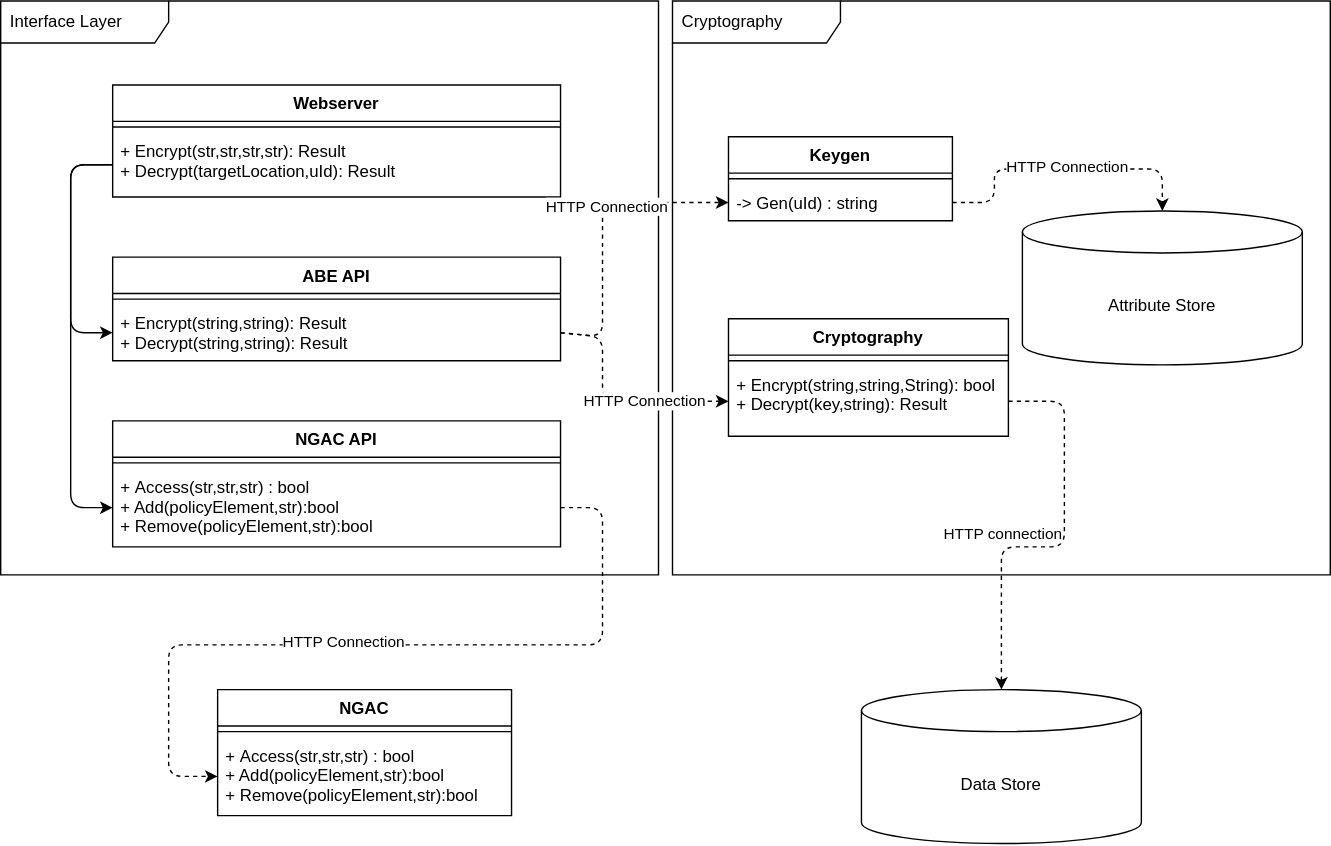
The draw.io diagram docs/design/system/system_design.drawio.svg in ivajon/NGAC_ABE, before a commit. Source tidied: cells renumbered, new cells last; positions are measured from the earlier drawing's top-left corner, leaving out a move shared by most shapes.
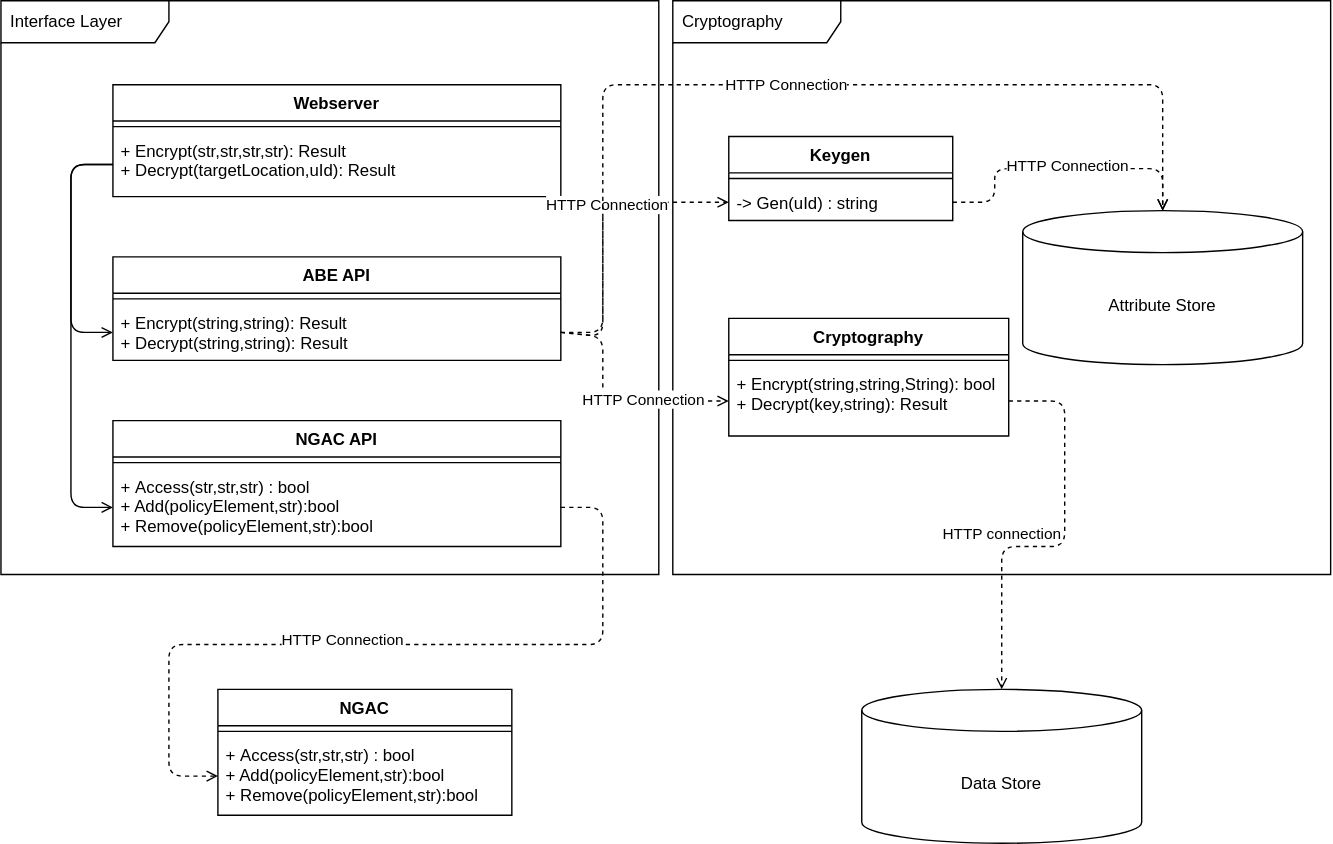
After the commit.

The edit, as a diff of the source:
```diff
@@ -68,7 +68,7 @@
     <mxCell id="23" value="+ Access(str,str,str) : bool&#10;+ Add(policyElement,str):bool&#10;+ Remove(policyElement,str):bool&#10;" style="text;strokeColor=none;fillColor=none;align=left;verticalAlign=top;spacingLeft=4;spacingRight=4;overflow=hidden;points=[[0,0.5],[1,0.5]];portConstraint=eastwest;" parent="21" vertex="1">
       <mxGeometry y="34" width="210" height="56" as="geometry" />
     </mxCell>
-    <mxCell id="24" style="edgeStyle=none;html=1;entryX=0;entryY=0.5;entryDx=0;entryDy=0;exitX=1;exitY=0.5;exitDx=0;exitDy=0;dashed=1;" parent="1" edge="1" source="11" target="16">
+    <mxCell id="24" style="edgeStyle=none;html=1;entryX=0;entryY=0.5;entryDx=0;entryDy=0;exitX=1;exitY=0.5;exitDx=0;exitDy=0;dashed=1;endArrow=open;endFill=0;" parent="1" edge="1" source="11" target="16">
       <mxGeometry relative="1" as="geometry">
         <Array as="points">
           <mxPoint x="430" y="240" />
@@ -79,7 +79,7 @@
     <mxCell id="25" value="HTTP Connection" style="edgeLabel;html=1;align=center;verticalAlign=middle;" parent="24" vertex="1">
       <mxGeometry x="0.19" y="-2" relative="1" as="geometry" />
     </mxCell>
-    <mxCell id="26" style="edgeStyle=none;html=1;exitX=1;exitY=0.5;exitDx=0;exitDy=0;entryX=0;entryY=0.5;entryDx=0;entryDy=0;dashed=1;" parent="1" edge="1" source="11" target="19">
+    <mxCell id="26" style="edgeStyle=none;html=1;exitX=1;exitY=0.5;exitDx=0;exitDy=0;entryX=0;entryY=0.5;entryDx=0;entryDy=0;dashed=1;endArrow=open;endFill=0;" parent="1" edge="1" source="11" target="19">
       <mxGeometry relative="1" as="geometry">
         <Array as="points">
           <mxPoint x="430" y="240" />
@@ -90,7 +90,7 @@
     <mxCell id="27" value="HTTP Connection" style="edgeLabel;html=1;align=center;verticalAlign=middle;" parent="26" vertex="1">
       <mxGeometry x="0.26" y="1" relative="1" as="geometry" />
     </mxCell>
-    <mxCell id="28" style="edgeStyle=none;html=1;exitX=1;exitY=0.5;exitDx=0;exitDy=0;entryX=0.5;entryY=0;entryDx=0;entryDy=0;entryPerimeter=0;dashed=1;" parent="1" edge="1" source="16" target="20">
+    <mxCell id="28" style="edgeStyle=none;html=1;exitX=1;exitY=0.5;exitDx=0;exitDy=0;entryX=0.5;entryY=0;entryDx=0;entryDy=0;entryPerimeter=0;dashed=1;endArrow=open;endFill=0;" parent="1" edge="1" source="16" target="20">
       <mxGeometry relative="1" as="geometry">
         <Array as="points">
           <mxPoint x="710" y="144" />
@@ -102,7 +102,7 @@
     <mxCell id="29" value="HTTP Connection" style="edgeLabel;html=1;align=center;verticalAlign=middle;" parent="28" vertex="1">
       <mxGeometry x="0.04" y="2" relative="1" as="geometry" />
     </mxCell>
-    <mxCell id="30" style="edgeStyle=none;html=1;entryX=0;entryY=0.5;entryDx=0;entryDy=0;dashed=1;" parent="1" edge="1" target="23">
+    <mxCell id="30" style="edgeStyle=none;html=1;entryX=0;entryY=0.5;entryDx=0;entryDy=0;dashed=1;endArrow=open;endFill=0;" parent="1" edge="1" target="23">
       <mxGeometry relative="1" as="geometry">
         <mxPoint x="400" y="362" as="sourcePoint" />
         <Array as="points">
@@ -116,7 +116,7 @@
     <mxCell id="31" value="HTTP Connection" style="edgeLabel;html=1;align=center;verticalAlign=middle;" parent="30" vertex="1">
       <mxGeometry x="0.11" y="-3" relative="1" as="geometry" />
     </mxCell>
-    <mxCell id="32" style="edgeStyle=none;html=1;exitX=1;exitY=0.5;exitDx=0;exitDy=0;entryX=0.5;entryY=0;entryDx=0;entryDy=0;entryPerimeter=0;dashed=1;" parent="1" edge="1" source="19" target="13">
+    <mxCell id="32" style="edgeStyle=none;html=1;exitX=1;exitY=0.5;exitDx=0;exitDy=0;entryX=0.5;entryY=0;entryDx=0;entryDy=0;entryPerimeter=0;dashed=1;endArrow=open;endFill=0;" parent="1" edge="1" source="19" target="13">
       <mxGeometry relative="1" as="geometry">
         <Array as="points">
           <mxPoint x="760" y="286" />
@@ -130,7 +130,7 @@
         <mxPoint x="-3" y="-15" as="offset" />
       </mxGeometry>
     </mxCell>
-    <mxCell id="34" style="edgeStyle=none;html=1;exitX=0;exitY=0.5;exitDx=0;exitDy=0;entryX=0;entryY=0.5;entryDx=0;entryDy=0;" parent="1" edge="1" source="5" target="11">
+    <mxCell id="34" style="edgeStyle=none;html=1;exitX=0;exitY=0.5;exitDx=0;exitDy=0;entryX=0;entryY=0.5;entryDx=0;entryDy=0;endArrow=open;endFill=0;" parent="1" edge="1" source="5" target="11">
       <mxGeometry relative="1" as="geometry">
         <Array as="points">
           <mxPoint x="50" y="117" />
@@ -138,7 +138,7 @@
         </Array>
       </mxGeometry>
     </mxCell>
-    <mxCell id="35" style="edgeStyle=none;html=1;exitX=0;exitY=0.5;exitDx=0;exitDy=0;entryX=0;entryY=0.5;entryDx=0;entryDy=0;" parent="1" edge="1" source="5" target="8">
+    <mxCell id="35" style="edgeStyle=none;html=1;exitX=0;exitY=0.5;exitDx=0;exitDy=0;entryX=0;entryY=0.5;entryDx=0;entryDy=0;endArrow=open;endFill=0;" parent="1" edge="1" source="5" target="8">
       <mxGeometry relative="1" as="geometry">
         <Array as="points">
           <mxPoint x="50" y="117" />
@@ -146,5 +146,18 @@
         </Array>
       </mxGeometry>
     </mxCell>
+    <mxCell id="36" style="edgeStyle=none;html=1;exitX=1;exitY=0.5;exitDx=0;exitDy=0;dashed=1;endArrow=open;endFill=0;" parent="1" edge="1" source="11">
+      <mxGeometry relative="1" as="geometry">
+        <mxPoint x="830" y="150" as="targetPoint" />
+        <Array as="points">
+          <mxPoint x="430" y="237" />
+          <mxPoint x="430" y="60" />
+          <mxPoint x="830" y="60" />
+        </Array>
+      </mxGeometry>
+    </mxCell>
+    <mxCell id="37" value="HTTP Connection" style="edgeLabel;html=1;align=center;verticalAlign=middle;" parent="36" vertex="1">
+      <mxGeometry x="-0.03" relative="1" as="geometry" />
+    </mxCell>
   </root>
 </mxGraphModel>
```
